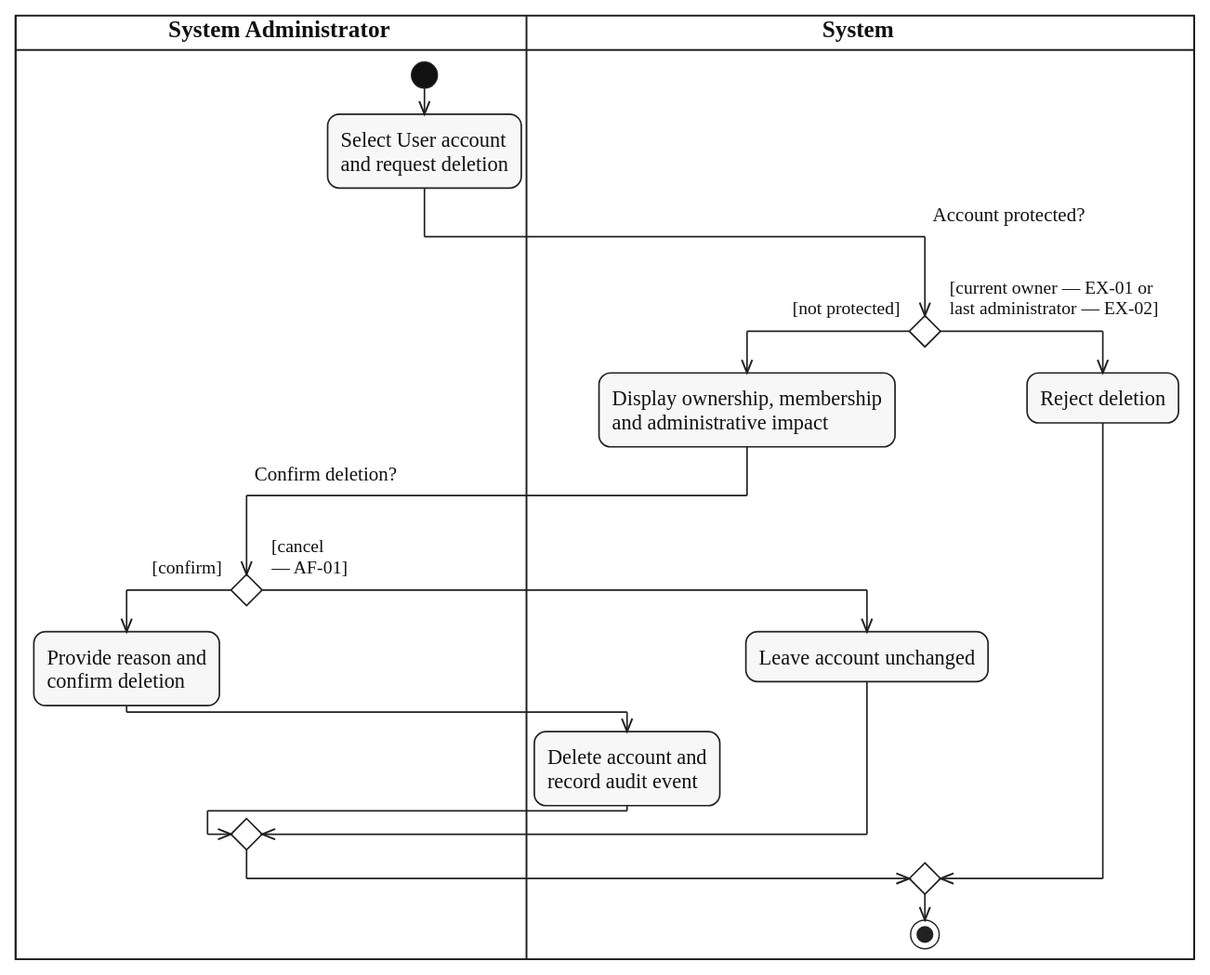
Earlier version of the PlantUML export diagrams/activity/system-administration/svg/UC-USER-ACCOUNT-DELETE.svg (lukenab/swd392-doc-automation). Its source is kept beside it as diagrams/activity/system-administration/source/UC-USER-ACCOUNT-DELETE.puml.
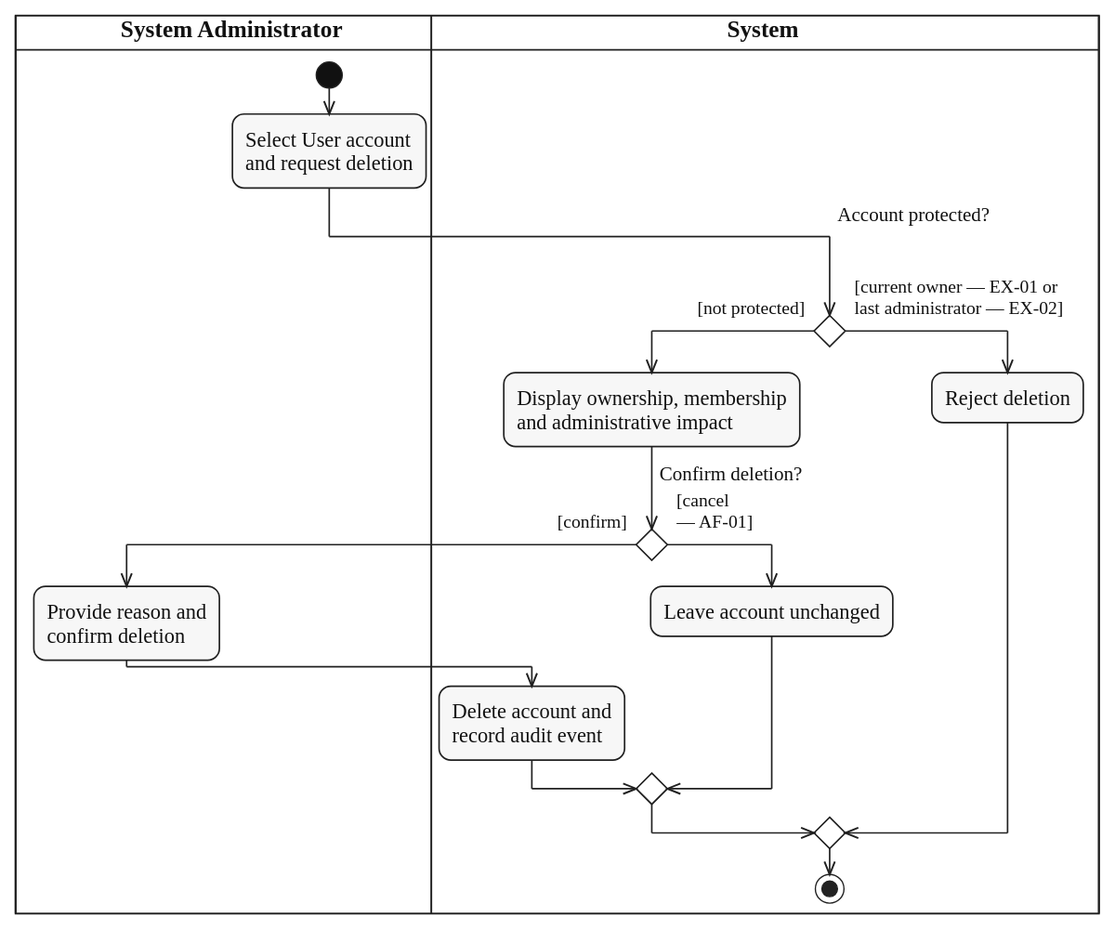
Later version of the same file.

Diff of the diagram source:
```diff
@@ -11,8 +11,8 @@
 if ($question_x("Account protected?")) then ($guard_left("[not protected]"))
   :Display ownership, membership
   and administrative impact;
-  |ADM|
-  if ($question_x("Confirm deletion?")) then ($guard_left("[confirm]"))
+  if ($question("Confirm deletion?")) then ($guard_left("[confirm]"))
+    |ADM|
     :Provide reason and
     confirm deletion;
     |SYS|
```
